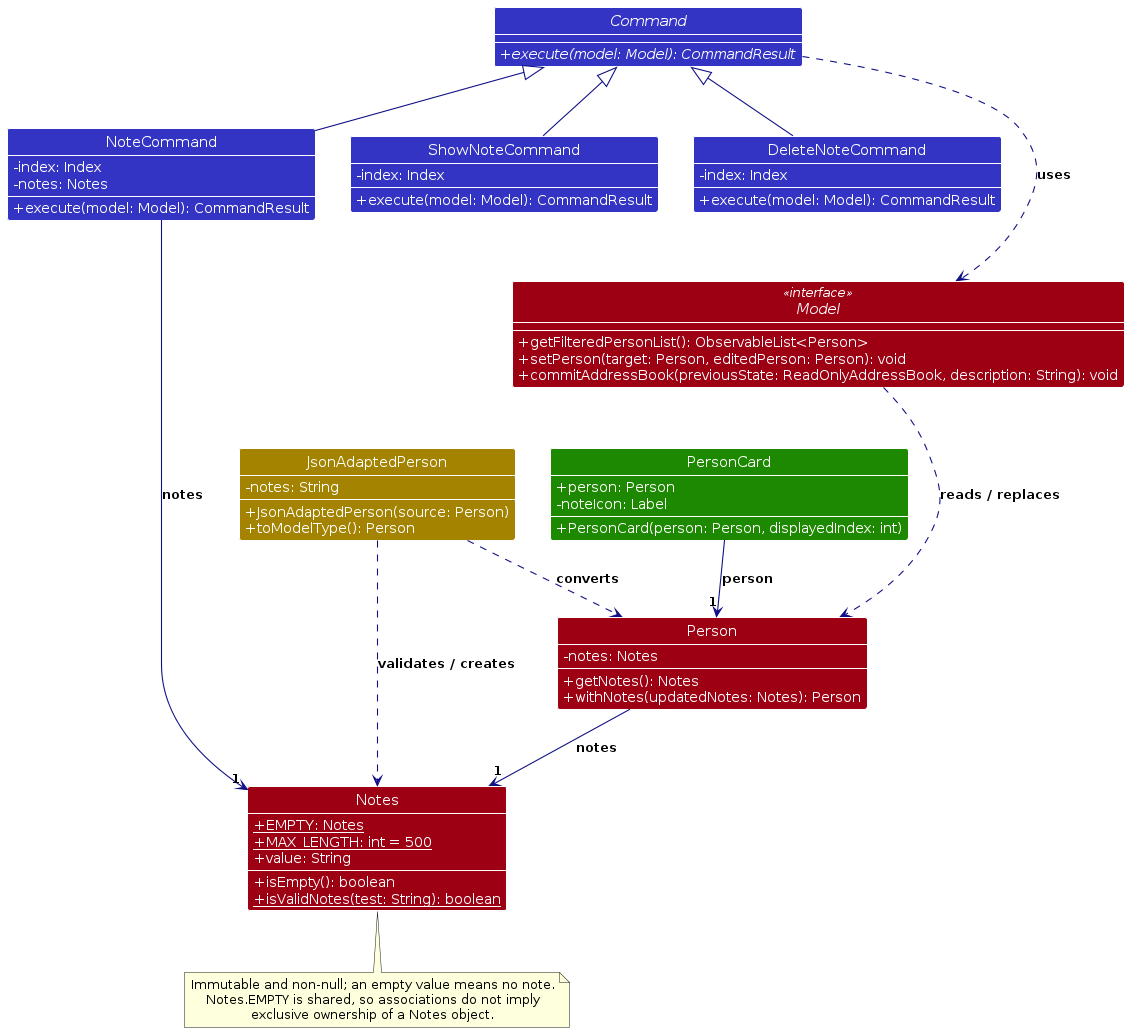
Above: diagrams/NotesClassDiagram.png in AY2627S1-CS2103T-F15-3/tp (PlantUML), before the change. Its source is kept beside it as diagrams/NotesClassDiagram.puml.
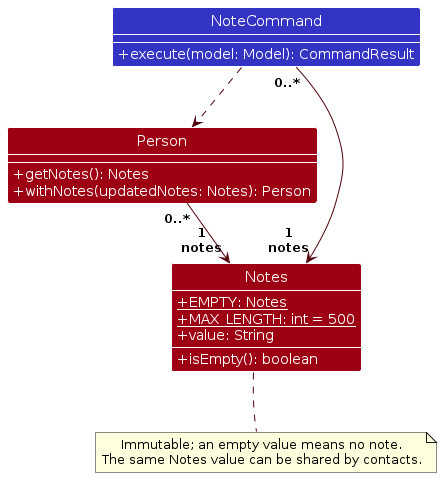
Above is the later version.

Diff of the diagram source:
```diff
@@ -3,75 +3,31 @@
 show members
 skinparam classAttributeIconSize 0
 skinparam classAttributeFontColor #FFFFFF
-skinparam genericDisplay old
-skinparam arrowThickness 1.1
-skinparam arrowColor LOGIC_COLOR_T4
-skinparam classBackgroundColor LOGIC_COLOR
-top to bottom direction
+skinparam arrowColor MODEL_COLOR_T4
+skinparam classBackgroundColor MODEL_COLOR
 
-abstract class Command {
-  {abstract} +execute(model: Model): CommandResult
+class NoteCommand LOGIC_COLOR {
+  + execute(model: Model): CommandResult
 }
-class NoteCommand {
-  -index: Index
-  -notes: Notes
-  +execute(model: Model): CommandResult
+class Person {
+  + getNotes(): Notes
+  + withNotes(updatedNotes: Notes): Person
 }
-class ShowNoteCommand {
-  -index: Index
-  +execute(model: Model): CommandResult
-}
-class DeleteNoteCommand {
-  -index: Index
-  +execute(model: Model): CommandResult
-}
-interface Model <<interface>> MODEL_COLOR {
-  +getFilteredPersonList(): ObservableList<Person>
-  +setPerson(target: Person, editedPerson: Person): void
-  +commitAddressBook(previousState: ReadOnlyAddressBook, description: String): void
-}
-class Person MODEL_COLOR {
-  -notes: Notes
-  +getNotes(): Notes
-  +withNotes(updatedNotes: Notes): Person
-}
-class Notes MODEL_COLOR {
-  {static} +EMPTY: Notes
-  {static} +MAX_LENGTH: int = 500
-  +value: String
-  +isEmpty(): boolean
-  {static} +isValidNotes(test: String): boolean
-}
-class JsonAdaptedPerson STORAGE_COLOR {
-  -notes: String
-  +JsonAdaptedPerson(source: Person)
-  +toModelType(): Person
-}
-class PersonCard UI_COLOR {
-  +person: Person
-  -noteIcon: Label
-  +PersonCard(person: Person, displayedIndex: int)
+class Notes {
+  {static} + EMPTY: Notes
+  {static} + MAX_LENGTH: int = 500
+  + value: String
+  + isEmpty(): boolean
 }
 
-NoteCommand -up-|> Command
-ShowNoteCommand -up-|> Command
-DeleteNoteCommand -up-|> Command
-NoteCommand -[hidden]right-> ShowNoteCommand
-ShowNoteCommand -[hidden]right-> DeleteNoteCommand
-ShowNoteCommand -[hidden]down-> Model
-Model -[hidden]down-> JsonAdaptedPerson
-JsonAdaptedPerson -[hidden]right-> PersonCard
-Command ..> Model : uses
-Model ..> Person : reads / replaces
-NoteCommand --> "1" Notes : notes
-Person --> "1" Notes : notes
-JsonAdaptedPerson ..> Person : converts
-JsonAdaptedPerson ..> Notes : validates / creates
-PersonCard --> "1" Person : person
+NoteCommand ..> Person
+NoteCommand "0..*" --> "1\nnotes" Notes
+Person "0..*" --> "1\nnotes" Notes
 
-note bottom of Notes
-  Immutable and non-null; an empty value means no note.
-  Notes.EMPTY is shared, so associations do not imply
-  exclusive ownership of a Notes object.
+note as NotesInfo
+  Immutable; an empty value means no note.
+  The same Notes value can be shared by contacts.
 end note
+Notes .. NotesInfo
+Notes .[hidden]. NotesInfo
 @enduml
```
